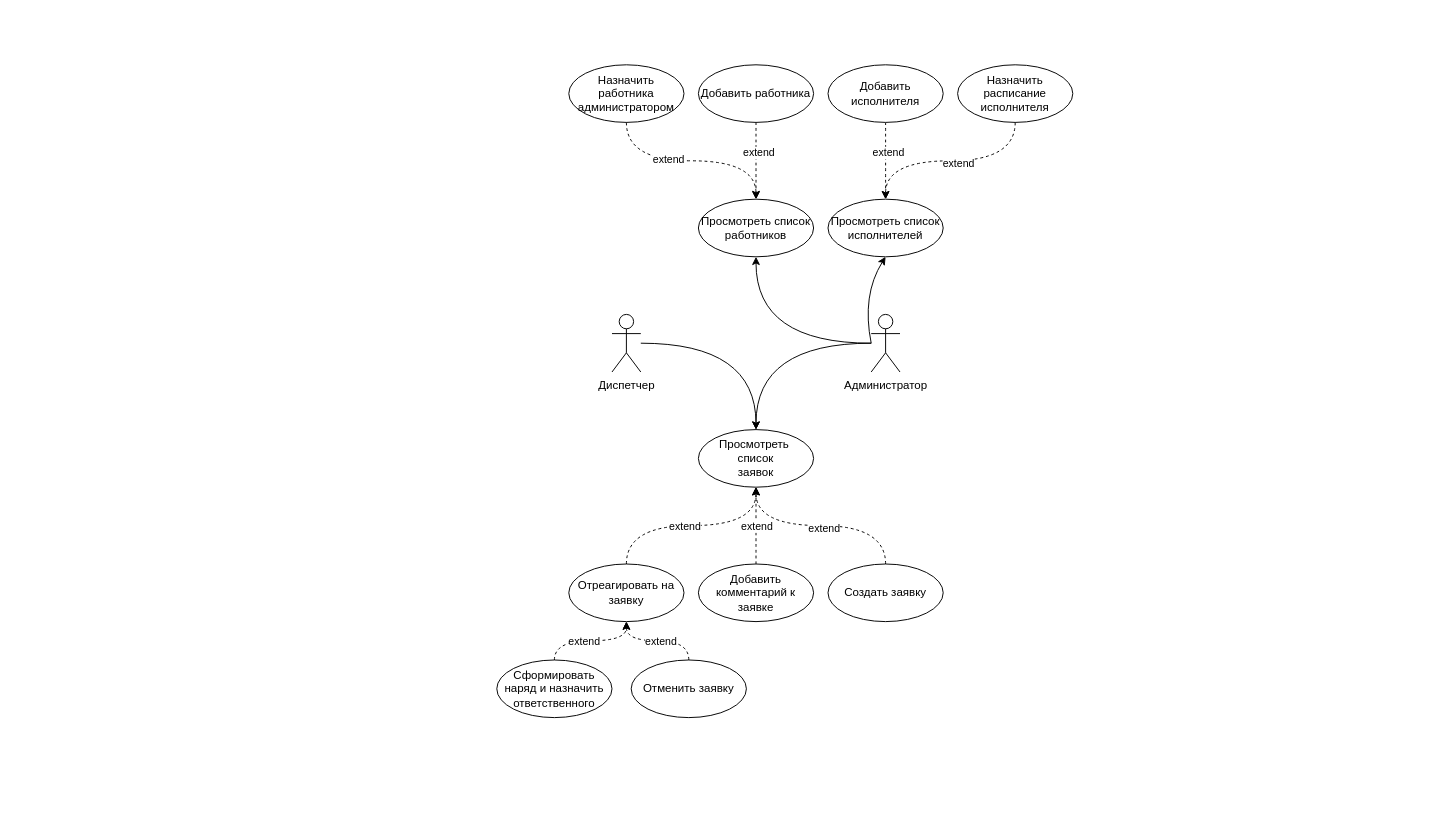
iamquoz/essen keeps this draw.io diagram as usecase.drawio. Above is the earlier version. Source tidied: cells renumbered, new cells numbered last; positions are measured from the earlier drawing's top-left corner, leaving out a move shared by most shapes. Both pictures are drawn from the tidied source at 96%, with x=0, y=0 at pixel (496, 64).
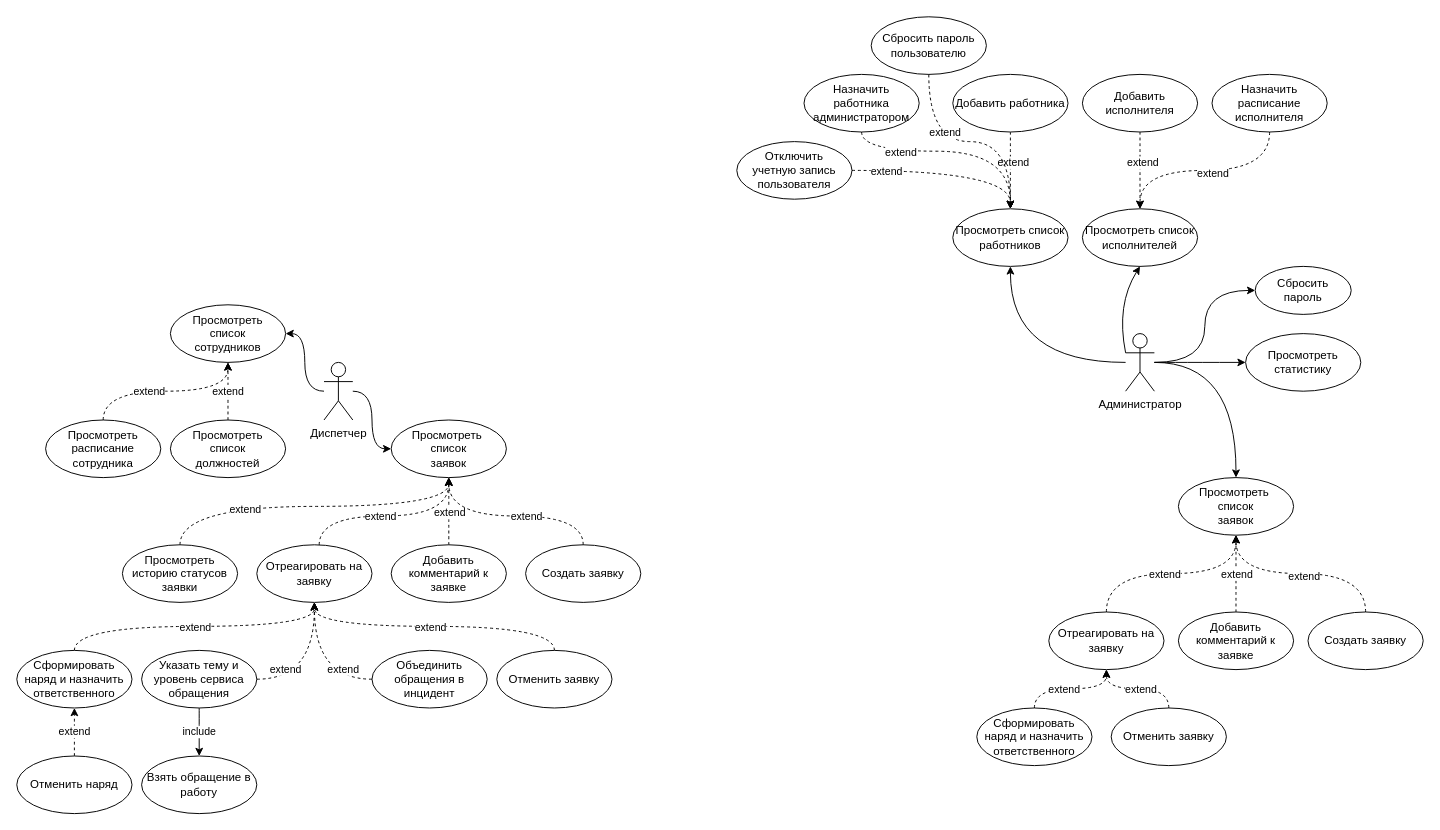
After the change.

Diff of the diagram source:
```diff
@@
+    <mxCell id="38" style="edgeStyle=orthogonalEdgeStyle;shape=connector;curved=1;rounded=0;jettySize=auto;html=1;entryX=1;entryY=0.5;entryDx=0;entryDy=0;labelBackgroundColor=default;strokeColor=default;fontFamily=Helvetica;fontSize=11;fontColor=default;endArrow=classic;" parent="1" edge="1" source="3" target="80">
+      <mxGeometry relative="1" as="geometry" />
+    </mxCell>
     <mxCell id="3" value="Диспетчер" style="shape=umlActor;verticalLabelPosition=bottom;verticalAlign=top;html=1;outlineConnect=0;" parent="1" vertex="1">
-      <mxGeometry x="120" y="260" width="30" height="60" as="geometry" />
+      <mxGeometry x="-180" y="310" width="30" height="60" as="geometry" />
     </mxCell>
     <mxCell id="4" style="edgeStyle=orthogonalEdgeStyle;curved=1;jettySize=auto;html=1;dashed=1;" parent="1" edge="1" source="7" target="6">
-      <mxGeometry relative="1" as="geometry" />
+      <mxGeometry relative="1" as="geometry">
+        <Array as="points">
+          <mxPoint x="-50" y="540" />
+        </Array>
+      </mxGeometry>
     </mxCell>
@@
+    <mxCell id="39" style="edgeStyle=orthogonalEdgeStyle;shape=connector;curved=1;rounded=0;jettySize=auto;html=1;labelBackgroundColor=default;strokeColor=default;fontFamily=Helvetica;fontSize=11;fontColor=default;endArrow=classic;dashed=1;exitX=0.5;exitY=0;exitDx=0;exitDy=0;" parent="1" edge="1" source="75" target="6">
+      <mxGeometry relative="1" as="geometry">
+        <Array as="points">
+          <mxPoint x="-330" y="460" />
+          <mxPoint x="-50" y="460" />
+        </Array>
+      </mxGeometry>
+    </mxCell>
+    <mxCell id="40" value="extend" style="edgeLabel;html=1;align=center;verticalAlign=middle;fontSize=11;fontFamily=Helvetica;fontColor=default;" parent="39" vertex="1">
+      <mxGeometry x="-0.39" y="-2" relative="1" as="geometry" />
+    </mxCell>
     <mxCell id="6" value="Просмотреть&amp;nbsp;&lt;br&gt;список&lt;br&gt;заявок" style="ellipse;whiteSpace=wrap;html=1;verticalAlign=middle;" parent="1" vertex="1">
-      <mxGeometry x="210" y="380" width="120" height="60" as="geometry" />
+      <mxGeometry x="-110" y="370" width="120" height="60" as="geometry" />
     </mxCell>
     <mxCell id="7" value="Добавить комментарий к заявке" style="ellipse;whiteSpace=wrap;html=1;verticalAlign=middle;" parent="1" vertex="1">
-      <mxGeometry x="210" y="520" width="120" height="60" as="geometry" />
+      <mxGeometry x="-110" y="500" width="120" height="60" as="geometry" />
     </mxCell>
@@
+    <mxCell id="41" value="extend" style="edgeStyle=orthogonalEdgeStyle;shape=connector;curved=1;rounded=0;jettySize=auto;html=1;labelBackgroundColor=default;strokeColor=default;fontFamily=Helvetica;fontSize=11;fontColor=default;endArrow=classic;dashed=1;" parent="1" edge="1" source="70" target="10">
+      <mxGeometry relative="1" as="geometry" />
+    </mxCell>
     <mxCell id="10" value="Сформировать наряд и назначить ответственного" style="ellipse;whiteSpace=wrap;html=1;verticalAlign=middle;" parent="1" vertex="1">
-      <mxGeometry y="620" width="120" height="60" as="geometry" />
+      <mxGeometry x="-500" y="610" width="120" height="60" as="geometry" />
     </mxCell>
     <mxCell id="11" style="edgeStyle=orthogonalEdgeStyle;curved=1;jettySize=auto;html=1;dashed=1;" parent="1" edge="1" source="13">
       <mxGeometry relative="1" as="geometry">
-        <mxPoint x="270" y="440" as="targetPoint" />
+        <mxPoint x="-50" y="430" as="targetPoint" />
         <Array as="points">
-          <mxPoint x="135" y="480" />
-          <mxPoint x="270" y="480" />
+          <mxPoint x="-185" y="470" />
+          <mxPoint x="-50" y="470" />
         </Array>
       </mxGeometry>
     </mxCell>
@@
+    <mxCell id="42" value="extend" style="edgeStyle=orthogonalEdgeStyle;shape=connector;curved=1;rounded=0;jettySize=auto;html=1;labelBackgroundColor=default;strokeColor=default;fontFamily=Helvetica;fontSize=11;fontColor=default;endArrow=classic;dashed=1;exitX=0;exitY=0.5;exitDx=0;exitDy=0;" parent="1" edge="1" source="71" target="13">
+      <mxGeometry x="-0.57" y="-10" relative="1" as="geometry" />
+    </mxCell>
+    <mxCell id="43" value="extend" style="edgeStyle=orthogonalEdgeStyle;shape=connector;curved=1;rounded=0;jettySize=auto;html=1;labelBackgroundColor=default;strokeColor=default;fontFamily=Helvetica;fontSize=11;fontColor=default;endArrow=classic;entryX=0.5;entryY=1;entryDx=0;entryDy=0;exitX=1;exitY=0.5;exitDx=0;exitDy=0;dashed=1;" parent="1" edge="1" source="73" target="13">
+      <mxGeometry x="-0.57" y="10" relative="1" as="geometry" />
+    </mxCell>
     <mxCell id="13" value="Отреагировать на заявку" style="ellipse;whiteSpace=wrap;html=1;verticalAlign=middle;" parent="1" vertex="1">
-      <mxGeometry x="75" y="520" width="120" height="60" as="geometry" />
+      <mxGeometry x="-250" y="500" width="120" height="60" as="geometry" />
     </mxCell>
@@
     <mxCell id="16" value="Отменить заявку" style="ellipse;whiteSpace=wrap;html=1;verticalAlign=middle;" parent="1" vertex="1">
-      <mxGeometry x="140" y="620" width="120" height="60" as="geometry" />
+      <mxGeometry y="610" width="120" height="60" as="geometry" />
     </mxCell>
@@
+    <mxCell id="44" style="edgeStyle=orthogonalEdgeStyle;rounded=0;jettySize=auto;html=1;entryX=0.5;entryY=0;entryDx=0;entryDy=0;curved=1;" parent="1" edge="1" source="18" target="49">
+      <mxGeometry relative="1" as="geometry" />
+    </mxCell>
+    <mxCell id="45" style="edgeStyle=orthogonalEdgeStyle;rounded=0;jettySize=auto;html=1;entryX=0;entryY=0.5;entryDx=0;entryDy=0;curved=1;" parent="1" edge="1" source="18" target="69">
+      <mxGeometry relative="1" as="geometry" />
+    </mxCell>
+    <mxCell id="46" style="edgeStyle=orthogonalEdgeStyle;shape=connector;curved=1;rounded=0;jettySize=auto;html=1;entryX=0;entryY=0.5;entryDx=0;entryDy=0;labelBackgroundColor=default;strokeColor=default;fontFamily=Helvetica;fontSize=11;fontColor=default;endArrow=classic;" parent="1" edge="1" source="18" target="76">
+      <mxGeometry relative="1" as="geometry" />
+    </mxCell>
     <mxCell id="18" value="Администратор" style="shape=umlActor;verticalLabelPosition=bottom;verticalAlign=top;html=1;outlineConnect=0;" parent="1" vertex="1">
-      <mxGeometry x="390" y="260" width="30" height="60" as="geometry" />
+      <mxGeometry x="655" y="280" width="30" height="60" as="geometry" />
     </mxCell>
-    <mxCell id="19" style="edgeStyle=orthogonalEdgeStyle;jettySize=auto;html=1;curved=1;entryX=0.5;entryY=0;entryDx=0;entryDy=0;" parent="1" edge="1" source="18" target="6">
-      <mxGeometry relative="1" as="geometry" />
-    </mxCell>
@@
     <mxCell id="22" value="Просмотреть список работников" style="ellipse;whiteSpace=wrap;html=1;verticalAlign=middle;" parent="1" vertex="1">
-      <mxGeometry x="210" y="140" width="120" height="60" as="geometry" />
+      <mxGeometry x="475" y="150" width="120" height="60" as="geometry" />
     </mxCell>
     <mxCell id="23" value="Добавить работника" style="ellipse;whiteSpace=wrap;html=1;verticalAlign=middle;" parent="1" vertex="1">
-      <mxGeometry x="210" width="120" height="60" as="geometry" />
+      <mxGeometry x="475" y="10" width="120" height="60" as="geometry" />
     </mxCell>
     <mxCell id="24" value="Назначить работника администратором" style="ellipse;whiteSpace=wrap;html=1;verticalAlign=middle;" parent="1" vertex="1">
-      <mxGeometry x="75" width="120" height="60" as="geometry" />
+      <mxGeometry x="320" y="10" width="120" height="60" as="geometry" />
     </mxCell>
     <mxCell id="25" style="edgeStyle=orthogonalEdgeStyle;curved=1;jettySize=auto;html=1;dashed=1;exitX=0.5;exitY=1;exitDx=0;exitDy=0;entryX=0.5;entryY=0;entryDx=0;entryDy=0;" parent="1" edge="1" source="24" target="22">
-      <mxGeometry relative="1" as="geometry" />
+      <mxGeometry relative="1" as="geometry">
+        <Array as="points">
+          <mxPoint x="380" y="90" />
+          <mxPoint x="535" y="90" />
+        </Array>
+      </mxGeometry>
     </mxCell>
     <mxCell id="26" value="extend" style="edgeLabel;html=1;align=center;verticalAlign=middle;" parent="25" vertex="1">
-      <mxGeometry x="-0.23" y="2" relative="1" as="geometry" />
+      <mxGeometry x="-0.23" y="2" relative="1" as="geometry">
+        <mxPoint x="-30" y="2" as="offset" />
+      </mxGeometry>
     </mxCell>
     <mxCell id="27" value="Просмотреть список исполнителей" style="ellipse;whiteSpace=wrap;html=1;verticalAlign=middle;" parent="1" vertex="1">
-      <mxGeometry x="345" y="140" width="120" height="60" as="geometry" />
+      <mxGeometry x="610" y="150" width="120" height="60" as="geometry" />
     </mxCell>
     <mxCell id="28" style="curved=1;endArrow=classic;html=1;rounded=0;entryX=0.5;entryY=1;entryDx=0;entryDy=0;" parent="1" edge="1" target="27">
       <mxGeometry relative="1" as="geometry">
-        <mxPoint x="390" y="290" as="sourcePoint" />
+        <mxPoint x="655" y="300" as="sourcePoint" />
         <Array as="points">
-          <mxPoint x="380" y="240" />
+          <mxPoint x="645" y="250" />
         </Array>
       </mxGeometry>
     </mxCell>
@@
     <mxCell id="31" value="Добавить исполнителя" style="ellipse;whiteSpace=wrap;html=1;verticalAlign=middle;" parent="1" vertex="1">
-      <mxGeometry x="345" width="120" height="60" as="geometry" />
+      <mxGeometry x="610" y="10" width="120" height="60" as="geometry" />
     </mxCell>
     <mxCell id="32" value="Назначить расписание исполнителя" style="ellipse;whiteSpace=wrap;html=1;verticalAlign=middle;" parent="1" vertex="1">
-      <mxGeometry x="480" width="120" height="60" as="geometry" />
+      <mxGeometry x="745" y="10" width="120" height="60" as="geometry" />
     </mxCell>
@@
     <mxCell id="35" value="Создать заявку" style="ellipse;whiteSpace=wrap;html=1;verticalAlign=middle;" parent="1" vertex="1">
-      <mxGeometry x="345" y="520" width="120" height="60" as="geometry" />
+      <mxGeometry x="30" y="500" width="120" height="60" as="geometry" />
     </mxCell>
-    <mxCell id="36" style="edgeStyle=orthogonalEdgeStyle;curved=1;jettySize=auto;html=1;dashed=1;entryX=0.5;entryY=1;entryDx=0;entryDy=0;" parent="1" edge="1" target="6">
+    <mxCell id="36" style="edgeStyle=orthogonalEdgeStyle;curved=1;jettySize=auto;html=1;dashed=1;entryX=0.5;entryY=1;entryDx=0;entryDy=0;exitX=0.5;exitY=0;exitDx=0;exitDy=0;" parent="1" edge="1" source="35" target="6">
       <mxGeometry relative="1" as="geometry">
-        <mxPoint x="405" y="520" as="sourcePoint" />
         <Array as="points">
-          <mxPoint x="405" y="480" />
-          <mxPoint x="270" y="480" />
+          <mxPoint x="90" y="470" />
+          <mxPoint x="-50" y="470" />
         </Array>
       </mxGeometry>
     </mxCell>
     <mxCell id="37" value="extend" style="edgeLabel;html=1;align=center;verticalAlign=middle;" parent="36" vertex="1">
       <mxGeometry x="0.2" y="1" relative="1" as="geometry">
-        <mxPoint x="24" y="1" as="offset" />
+        <mxPoint x="36" y="-1" as="offset" />
       </mxGeometry>
     </mxCell>
+    <mxCell id="47" style="edgeStyle=orthogonalEdgeStyle;curved=1;jettySize=auto;html=1;dashed=1;" parent="1" edge="1" source="50" target="49">
+      <mxGeometry relative="1" as="geometry" />
+    </mxCell>
+    <mxCell id="48" value="extend" style="edgeLabel;html=1;align=center;verticalAlign=middle;" parent="47" vertex="1">
+      <mxGeometry x="0.2" y="1" relative="1" as="geometry">
+        <mxPoint x="1" y="8" as="offset" />
+      </mxGeometry>
+    </mxCell>
+    <mxCell id="49" value="Просмотреть&amp;nbsp;&lt;br&gt;список&lt;br&gt;заявок" style="ellipse;whiteSpace=wrap;html=1;verticalAlign=middle;" parent="1" vertex="1">
+      <mxGeometry x="710" y="430" width="120" height="60" as="geometry" />
+    </mxCell>
+    <mxCell id="50" value="Добавить комментарий к заявке" style="ellipse;whiteSpace=wrap;html=1;verticalAlign=middle;" parent="1" vertex="1">
+      <mxGeometry x="710" y="570" width="120" height="60" as="geometry" />
+    </mxCell>
+    <mxCell id="51" style="edgeStyle=orthogonalEdgeStyle;curved=1;jettySize=auto;html=1;exitX=0.5;exitY=0;exitDx=0;exitDy=0;entryX=0.5;entryY=1;entryDx=0;entryDy=0;dashed=1;" parent="1" edge="1" source="53" target="56">
+      <mxGeometry relative="1" as="geometry" />
+    </mxCell>
+    <mxCell id="52" value="extend" style="edgeLabel;html=1;align=center;verticalAlign=middle;" parent="51" vertex="1">
+      <mxGeometry x="0.08" relative="1" as="geometry">
+        <mxPoint x="-12" as="offset" />
+      </mxGeometry>
+    </mxCell>
+    <mxCell id="53" value="Сформировать наряд и назначить ответственного" style="ellipse;whiteSpace=wrap;html=1;verticalAlign=middle;" parent="1" vertex="1">
+      <mxGeometry x="500" y="670" width="120" height="60" as="geometry" />
+    </mxCell>
+    <mxCell id="54" style="edgeStyle=orthogonalEdgeStyle;curved=1;jettySize=auto;html=1;dashed=1;" parent="1" edge="1" source="56">
+      <mxGeometry relative="1" as="geometry">
+        <mxPoint x="770" y="490" as="targetPoint" />
+        <Array as="points">
+          <mxPoint x="635" y="530" />
+          <mxPoint x="770" y="530" />
+        </Array>
+      </mxGeometry>
+    </mxCell>
+    <mxCell id="55" value="extend" style="edgeLabel;html=1;align=center;verticalAlign=middle;" parent="54" vertex="1">
+      <mxGeometry x="0.2" y="1" relative="1" as="geometry">
+        <mxPoint x="-29" y="1" as="offset" />
+      </mxGeometry>
+    </mxCell>
+    <mxCell id="56" value="Отреагировать на заявку" style="ellipse;whiteSpace=wrap;html=1;verticalAlign=middle;" parent="1" vertex="1">
+      <mxGeometry x="575" y="570" width="120" height="60" as="geometry" />
+    </mxCell>
+    <mxCell id="57" style="edgeStyle=orthogonalEdgeStyle;curved=1;jettySize=auto;html=1;exitX=0.5;exitY=0;exitDx=0;exitDy=0;entryX=0.5;entryY=1;entryDx=0;entryDy=0;dashed=1;" parent="1" edge="1" source="59" target="56">
+      <mxGeometry relative="1" as="geometry" />
+    </mxCell>
+    <mxCell id="58" value="extend" style="edgeLabel;html=1;align=center;verticalAlign=middle;" parent="57" vertex="1">
+      <mxGeometry x="0.08" relative="1" as="geometry">
+        <mxPoint x="7" as="offset" />
+      </mxGeometry>
+    </mxCell>
+    <mxCell id="59" value="Отменить заявку" style="ellipse;whiteSpace=wrap;html=1;verticalAlign=middle;" parent="1" vertex="1">
+      <mxGeometry x="640" y="670" width="120" height="60" as="geometry" />
+    </mxCell>
+    <mxCell id="60" value="Создать заявку" style="ellipse;whiteSpace=wrap;html=1;verticalAlign=middle;" parent="1" vertex="1">
+      <mxGeometry x="845" y="570" width="120" height="60" as="geometry" />
+    </mxCell>
+    <mxCell id="61" style="edgeStyle=orthogonalEdgeStyle;curved=1;jettySize=auto;html=1;dashed=1;entryX=0.5;entryY=1;entryDx=0;entryDy=0;" parent="1" edge="1" target="49">
+      <mxGeometry relative="1" as="geometry">
+        <mxPoint x="905" y="570" as="sourcePoint" />
+        <Array as="points">
+          <mxPoint x="905" y="530" />
+          <mxPoint x="770" y="530" />
+        </Array>
+      </mxGeometry>
+    </mxCell>
+    <mxCell id="62" value="extend" style="edgeLabel;html=1;align=center;verticalAlign=middle;" parent="61" vertex="1">
+      <mxGeometry x="0.2" y="1" relative="1" as="geometry">
+        <mxPoint x="24" y="1" as="offset" />
+      </mxGeometry>
+    </mxCell>
+    <mxCell id="63" value="Сбросить пароль&lt;br&gt;пользователю" style="ellipse;whiteSpace=wrap;html=1;verticalAlign=middle;" parent="1" vertex="1">
+      <mxGeometry x="390" y="-50" width="120" height="60" as="geometry" />
+    </mxCell>
+    <mxCell id="64" style="edgeStyle=orthogonalEdgeStyle;curved=1;jettySize=auto;html=1;dashed=1;exitX=0.5;exitY=1;exitDx=0;exitDy=0;entryX=0.5;entryY=0;entryDx=0;entryDy=0;" parent="1" edge="1" source="63" target="22">
+      <mxGeometry relative="1" as="geometry" />
+    </mxCell>
+    <mxCell id="65" value="extend" style="edgeLabel;html=1;align=center;verticalAlign=middle;" parent="64" vertex="1">
+      <mxGeometry x="-0.23" y="2" relative="1" as="geometry">
+        <mxPoint x="-1" y="-8" as="offset" />
+      </mxGeometry>
+    </mxCell>
+    <mxCell id="66" value="Отключить &lt;br&gt;учетную запись&lt;br&gt;пользователя" style="ellipse;whiteSpace=wrap;html=1;verticalAlign=middle;" parent="1" vertex="1">
+      <mxGeometry x="250" y="80" width="120" height="60" as="geometry" />
+    </mxCell>
+    <mxCell id="67" style="edgeStyle=orthogonalEdgeStyle;curved=1;jettySize=auto;html=1;dashed=1;exitX=1;exitY=0.5;exitDx=0;exitDy=0;entryX=0.5;entryY=0;entryDx=0;entryDy=0;" parent="1" edge="1" source="66" target="22">
+      <mxGeometry relative="1" as="geometry" />
+    </mxCell>
+    <mxCell id="68" value="extend" style="edgeLabel;html=1;align=center;verticalAlign=middle;" parent="67" vertex="1">
+      <mxGeometry x="-0.23" y="2" relative="1" as="geometry">
+        <mxPoint x="-44" y="2" as="offset" />
+      </mxGeometry>
+    </mxCell>
+    <mxCell id="69" value="Сбросить &lt;br&gt;пароль" style="ellipse;whiteSpace=wrap;html=1;" parent="1" vertex="1">
+      <mxGeometry x="790" y="210" width="100" height="50" as="geometry" />
+    </mxCell>
+    <mxCell id="70" value="Отменить наряд" style="ellipse;whiteSpace=wrap;html=1;verticalAlign=middle;" parent="1" vertex="1">
+      <mxGeometry x="-500" y="720" width="120" height="60" as="geometry" />
+    </mxCell>
+    <mxCell id="71" value="Объединить обращения в инцидент" style="ellipse;whiteSpace=wrap;html=1;verticalAlign=middle;" parent="1" vertex="1">
+      <mxGeometry x="-130" y="610" width="120" height="60" as="geometry" />
+    </mxCell>
+    <mxCell id="72" value="include" style="edgeStyle=orthogonalEdgeStyle;shape=connector;curved=1;rounded=0;jettySize=auto;html=1;labelBackgroundColor=default;strokeColor=default;fontFamily=Helvetica;fontSize=11;fontColor=default;endArrow=classic;" parent="1" edge="1" source="73" target="74">
+      <mxGeometry relative="1" as="geometry" />
+    </mxCell>
+    <mxCell id="73" value="Указать тему и уровень сервиса обращения" style="ellipse;whiteSpace=wrap;html=1;verticalAlign=middle;" parent="1" vertex="1">
+      <mxGeometry x="-370" y="610" width="120" height="60" as="geometry" />
+    </mxCell>
+    <mxCell id="74" value="Взять обращение в работу" style="ellipse;whiteSpace=wrap;html=1;verticalAlign=middle;" parent="1" vertex="1">
+      <mxGeometry x="-370" y="720" width="120" height="60" as="geometry" />
+    </mxCell>
+    <mxCell id="75" value="Просмотреть историю статусов&lt;br&gt;заявки" style="ellipse;whiteSpace=wrap;html=1;verticalAlign=middle;" parent="1" vertex="1">
+      <mxGeometry x="-390" y="500" width="120" height="60" as="geometry" />
+    </mxCell>
+    <mxCell id="76" value="Просмотреть статистику" style="ellipse;whiteSpace=wrap;html=1;verticalAlign=middle;" parent="1" vertex="1">
+      <mxGeometry x="780" y="280" width="120" height="60" as="geometry" />
+    </mxCell>
+    <mxCell id="77" value="extend" style="edgeStyle=orthogonalEdgeStyle;shape=connector;curved=1;rounded=0;jettySize=auto;html=1;labelBackgroundColor=default;strokeColor=default;fontFamily=Helvetica;fontSize=11;fontColor=default;endArrow=classic;dashed=1;" parent="1" edge="1" source="81" target="80">
+      <mxGeometry relative="1" as="geometry" />
+    </mxCell>
+    <mxCell id="78" style="edgeStyle=orthogonalEdgeStyle;shape=connector;curved=1;rounded=0;jettySize=auto;html=1;labelBackgroundColor=default;strokeColor=default;fontFamily=Helvetica;fontSize=11;fontColor=default;endArrow=classic;exitX=0.5;exitY=0;exitDx=0;exitDy=0;dashed=1;" parent="1" edge="1" source="82" target="80">
+      <mxGeometry relative="1" as="geometry" />
+    </mxCell>
+    <mxCell id="79" value="extend" style="edgeLabel;html=1;align=center;verticalAlign=middle;fontSize=11;fontFamily=Helvetica;fontColor=default;" parent="78" vertex="1">
+      <mxGeometry x="-0.19" y="1" relative="1" as="geometry" />
+    </mxCell>
+    <mxCell id="80" value="Просмотреть &lt;br&gt;список &lt;br&gt;сотрудников" style="ellipse;whiteSpace=wrap;html=1;verticalAlign=middle;" parent="1" vertex="1">
+      <mxGeometry x="-340" y="250" width="120" height="60" as="geometry" />
+    </mxCell>
+    <mxCell id="81" value="Просмотреть &lt;br&gt;список &lt;br&gt;должностей" style="ellipse;whiteSpace=wrap;html=1;verticalAlign=middle;" parent="1" vertex="1">
+      <mxGeometry x="-340" y="370" width="120" height="60" as="geometry" />
+    </mxCell>
+    <mxCell id="82" value="Просмотреть &lt;br&gt;расписание сотрудника" style="ellipse;whiteSpace=wrap;html=1;verticalAlign=middle;" parent="1" vertex="1">
+      <mxGeometry x="-470" y="370" width="120" height="60" as="geometry" />
+    </mxCell>
```
